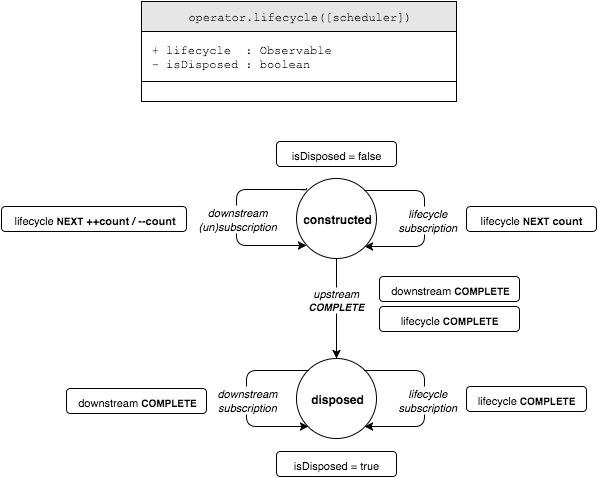
The draw.io diagram operator/lifecycle.png in bholloway/rxjs-operators, before a commit. Source tidied: cells renumbered, new cells last; positions are measured from the earlier drawing's top-left corner, leaving out a move shared by most shapes.
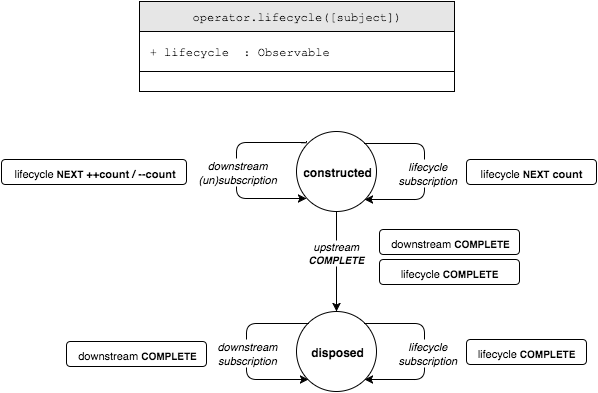
After the commit.

Diff of the diagram source:
```diff
@@ -2,39 +2,21 @@
   <root>
     <mxCell id="0" />
     <mxCell id="1" parent="0" />
-    <mxCell id="2" style="group;" parent="1" vertex="1">
-      <mxGeometry x="140" width="315" height="100" as="geometry" />
-    </mxCell>
-    <mxCell id="3" style="group;" parent="2" vertex="1">
-      <mxGeometry width="315" height="100" as="geometry" />
-    </mxCell>
-    <mxCell id="4" value="&lt;span&gt;operator.&lt;/span&gt;lifecycle([scheduler])" style="whiteSpace=wrap;html=1;fillColor=#E6E6E6;fontFamily=Courier New;" parent="3" vertex="1">
-      <mxGeometry width="315" height="30" as="geometry" />
-    </mxCell>
-    <mxCell id="5" value="&lt;span&gt;&amp;nbsp;+&amp;nbsp;&lt;/span&gt;&lt;span&gt;lifecycle&lt;/span&gt;&lt;span&gt;&amp;nbsp; :&amp;nbsp;Observable&lt;/span&gt;&lt;div&gt;&amp;nbsp;- isDisposed : boolean&lt;/div&gt;" style="whiteSpace=wrap;html=1;fillColor=none;align=left;fontFamily=Courier New;" parent="3" vertex="1">
-      <mxGeometry y="30" width="315" height="50" as="geometry" />
-    </mxCell>
-    <mxCell id="6" style="whiteSpace=wrap;html=1;fillColor=none;align=left;fontFamily=Courier New;" parent="3" vertex="1">
-      <mxGeometry y="80" width="315" height="20" as="geometry" />
-    </mxCell>
-    <mxCell id="7" value="&lt;font style=&quot;font-size: 11px&quot;&gt;isDisposed = true&lt;/font&gt;" style="rounded=1;whiteSpace=wrap;html=1;strokeColor=#000000;fillColor=#ffffff;align=center;" parent="1" vertex="1">
-      <mxGeometry x="275" y="450" width="120" height="25" as="geometry" />
-    </mxCell>
-    <mxCell id="8" value="&lt;font style=&quot;font-size: 11px&quot;&gt;isDisposed = false&lt;/font&gt;" style="rounded=1;whiteSpace=wrap;html=1;strokeColor=#000000;fillColor=#ffffff;align=center;" parent="1" vertex="1">
-      <mxGeometry x="275" y="140" width="120" height="25" as="geometry" />
-    </mxCell>
+    <mxCell id="27" style="group;" parent="1" vertex="1">
+      <mxGeometry y="200" width="595" height="260" as="geometry" />
+    </mxCell>
-    <mxCell id="9" value="disposed" style="ellipse;whiteSpace=wrap;html=1;fillColor=#ffffff;fontStyle=1;" parent="1" vertex="1">
-      <mxGeometry x="295" y="357" width="80" height="80" as="geometry" />
+    <mxCell id="9" value="disposed" style="ellipse;whiteSpace=wrap;html=1;fillColor=#ffffff;fontStyle=1;" parent="27" vertex="1">
+      <mxGeometry x="295" y="180" width="80" height="80" as="geometry" />
     </mxCell>
-    <mxCell id="10" value="&lt;i&gt;&lt;span&gt;upstream&lt;/span&gt;&lt;/i&gt;&lt;div&gt;&lt;i&gt;&lt;b&gt;&lt;font style=&quot;font-size: 10px&quot;&gt;COMPLETE&lt;/font&gt;&lt;/b&gt;&lt;/i&gt;&lt;/div&gt;" style="endArrow=classic;html=1;entryX=0.5;entryY=0;exitX=0.5;exitY=1;" parent="1" edge="1" source="17" target="9">
+    <mxCell id="10" value="&lt;i&gt;&lt;span&gt;upstream&lt;/span&gt;&lt;/i&gt;&lt;div&gt;&lt;i&gt;&lt;b&gt;&lt;font style=&quot;font-size: 10px&quot;&gt;COMPLETE&lt;/font&gt;&lt;/b&gt;&lt;/i&gt;&lt;/div&gt;" style="endArrow=classic;html=1;entryX=0.5;entryY=0;exitX=0.5;exitY=1;" parent="27" edge="1" source="17" target="9">
       <mxGeometry x="-0.18" relative="1" as="geometry" />
     </mxCell>
-    <mxCell id="11" style="edgeStyle=segmentEdgeStyle;endArrow=classic;html=1;entryX=0;entryY=1;" parent="1" edge="1" target="9">
+    <mxCell id="11" style="edgeStyle=segmentEdgeStyle;endArrow=classic;html=1;entryX=0;entryY=1;" parent="27" edge="1" target="9">
       <mxGeometry relative="1" as="geometry">
-        <mxPoint x="307" y="369" as="sourcePoint" />
+        <mxPoint x="307" y="192" as="sourcePoint" />
         <Array as="points">
-          <mxPoint x="245" y="369" />
-          <mxPoint x="245" y="425" />
+          <mxPoint x="245" y="192" />
+          <mxPoint x="245" y="248" />
         </Array>
       </mxGeometry>
     </mxCell>
@@ -43,17 +25,17 @@
         <mxPoint x="-1" as="offset" />
       </mxGeometry>
     </mxCell>
-    <mxCell id="13" value="&lt;font&gt;&lt;span style=&quot;font-size: 11px&quot;&gt;downstream&lt;/span&gt;&lt;b style=&quot;font-size: 11px&quot;&gt;&amp;nbsp;&lt;/b&gt;&lt;b&gt;&lt;font style=&quot;font-size: 10px&quot;&gt;COMPLETE&lt;/font&gt;&lt;/b&gt;&lt;/font&gt;" style="rounded=1;whiteSpace=wrap;html=1;strokeColor=#000000;fillColor=#ffffff;align=center;" parent="1" vertex="1">
-      <mxGeometry x="65" y="387" width="140" height="25" as="geometry" />
+    <mxCell id="13" value="&lt;font&gt;&lt;span style=&quot;font-size: 11px&quot;&gt;downstream&lt;/span&gt;&lt;b style=&quot;font-size: 11px&quot;&gt;&amp;nbsp;&lt;/b&gt;&lt;b&gt;&lt;font style=&quot;font-size: 10px&quot;&gt;COMPLETE&lt;/font&gt;&lt;/b&gt;&lt;/font&gt;" style="rounded=1;whiteSpace=wrap;html=1;strokeColor=#000000;fillColor=#ffffff;align=center;" parent="27" vertex="1">
+      <mxGeometry x="65" y="210" width="140" height="25" as="geometry" />
     </mxCell>
-    <mxCell id="14" value="&lt;font&gt;&lt;span style=&quot;font-size: 11px&quot;&gt;lifecycle&lt;/span&gt;&lt;b style=&quot;font-size: 11px&quot;&gt;&amp;nbsp;&lt;/b&gt;&lt;b&gt;&lt;font style=&quot;font-size: 10px&quot;&gt;COMPLETE&lt;/font&gt;&lt;/b&gt;&lt;/font&gt;" style="rounded=1;whiteSpace=wrap;html=1;strokeColor=#000000;fillColor=#ffffff;align=center;" parent="1" vertex="1">
-      <mxGeometry x="465" y="385" width="120" height="25" as="geometry" />
+    <mxCell id="14" value="&lt;font&gt;&lt;span style=&quot;font-size: 11px&quot;&gt;lifecycle&lt;/span&gt;&lt;b style=&quot;font-size: 11px&quot;&gt;&amp;nbsp;&lt;/b&gt;&lt;b&gt;&lt;font style=&quot;font-size: 10px&quot;&gt;COMPLETE&lt;/font&gt;&lt;/b&gt;&lt;/font&gt;" style="rounded=1;whiteSpace=wrap;html=1;strokeColor=#000000;fillColor=#ffffff;align=center;" parent="27" vertex="1">
+      <mxGeometry x="465" y="208" width="120" height="25" as="geometry" />
     </mxCell>
-    <mxCell id="15" style="edgeStyle=segmentEdgeStyle;endArrow=classic;html=1;entryX=1;entryY=1;exitX=1;exitY=0;" parent="1" edge="1" source="9" target="9">
-      <mxGeometry x="521.2" y="-724.1" as="geometry">
+    <mxCell id="15" style="edgeStyle=segmentEdgeStyle;endArrow=classic;html=1;entryX=1;entryY=1;exitX=1;exitY=0;" parent="27" edge="1" source="9" target="9">
+      <mxGeometry x="423.2" y="191.9" as="geometry">
         <Array as="points">
-          <mxPoint x="423" y="369" />
-          <mxPoint x="423" y="425" />
+          <mxPoint x="423" y="192" />
+          <mxPoint x="423" y="248" />
         </Array>
       </mxGeometry>
     </mxCell>
@@ -62,17 +44,17 @@
         <mxPoint x="2" as="offset" />
       </mxGeometry>
     </mxCell>
-    <mxCell id="17" value="constructed" style="ellipse;whiteSpace=wrap;html=1;fillColor=#ffffff;fontStyle=1;" parent="1" vertex="1">
-      <mxGeometry x="295" y="177" width="80" height="80" as="geometry" />
+    <mxCell id="17" value="constructed" style="ellipse;whiteSpace=wrap;html=1;fillColor=#ffffff;fontStyle=1;" parent="27" vertex="1">
+      <mxGeometry x="295" width="80" height="80" as="geometry" />
     </mxCell>
-    <mxCell id="18" style="edgeStyle=segmentEdgeStyle;endArrow=classic;html=1;exitX=0;exitY=0;entryX=0;entryY=1;" parent="1" edge="1">
-      <mxGeometry x="333" y="-905" as="geometry">
-        <mxPoint x="305.4" y="187" as="sourcePoint" />
-        <mxPoint x="305.4" y="244.2" as="targetPoint" />
+    <mxCell id="18" style="edgeStyle=segmentEdgeStyle;endArrow=classic;html=1;exitX=0;exitY=0;entryX=0;entryY=1;" parent="27" edge="1">
+      <mxGeometry x="235" y="11" as="geometry">
+        <mxPoint x="305.4" y="10" as="sourcePoint" />
+        <mxPoint x="305.4" y="67.2" as="targetPoint" />
         <Array as="points">
-          <mxPoint x="295" y="188" />
-          <mxPoint x="235" y="188" />
-          <mxPoint x="235" y="244" />
+          <mxPoint x="295" y="11" />
+          <mxPoint x="235" y="11" />
+          <mxPoint x="235" y="67" />
         </Array>
       </mxGeometry>
     </mxCell>
@@ -81,14 +63,14 @@
         <mxPoint x="-1" as="offset" />
       </mxGeometry>
     </mxCell>
-    <mxCell id="20" value="&lt;font&gt;&lt;span style=&quot;font-size: 11px&quot;&gt;lifecycle&lt;/span&gt;&lt;b style=&quot;font-size: 11px&quot;&gt;&amp;nbsp;&lt;/b&gt;&lt;b&gt;&lt;font style=&quot;font-size: 10px&quot;&gt;NEXT&lt;/font&gt;&lt;span style=&quot;font-size: 11px&quot;&gt; count&lt;/span&gt;&lt;/b&gt;&lt;/font&gt;" style="rounded=1;whiteSpace=wrap;html=1;strokeColor=#000000;fillColor=#ffffff;align=center;" parent="1" vertex="1">
-      <mxGeometry x="465" y="205" width="130" height="25" as="geometry" />
+    <mxCell id="20" value="&lt;font&gt;&lt;span style=&quot;font-size: 11px&quot;&gt;lifecycle&lt;/span&gt;&lt;b style=&quot;font-size: 11px&quot;&gt;&amp;nbsp;&lt;/b&gt;&lt;b&gt;&lt;font style=&quot;font-size: 10px&quot;&gt;NEXT&lt;/font&gt;&lt;span style=&quot;font-size: 11px&quot;&gt; count&lt;/span&gt;&lt;/b&gt;&lt;/font&gt;" style="rounded=1;whiteSpace=wrap;html=1;strokeColor=#000000;fillColor=#ffffff;align=center;" parent="27" vertex="1">
+      <mxGeometry x="465" y="28" width="130" height="25" as="geometry" />
     </mxCell>
-    <mxCell id="21" style="edgeStyle=segmentEdgeStyle;endArrow=classic;html=1;entryX=1;entryY=1;exitX=1;exitY=0;" parent="1" edge="1" source="17" target="17">
-      <mxGeometry x="521.2" y="-904.1" as="geometry">
+    <mxCell id="21" style="edgeStyle=segmentEdgeStyle;endArrow=classic;html=1;entryX=1;entryY=1;exitX=1;exitY=0;" parent="27" edge="1" source="17" target="17">
+      <mxGeometry x="423.2" y="11.9" as="geometry">
         <Array as="points">
-          <mxPoint x="423" y="189" />
-          <mxPoint x="423" y="245" />
+          <mxPoint x="423" y="12" />
+          <mxPoint x="423" y="68" />
         </Array>
       </mxGeometry>
     </mxCell>
@@ -97,11 +79,11 @@
         <mxPoint x="2" as="offset" />
       </mxGeometry>
     </mxCell>
-    <mxCell id="23" value="&lt;font&gt;&lt;span style=&quot;font-size: 11px&quot;&gt;lifecycle&lt;/span&gt;&lt;b style=&quot;font-size: 11px&quot;&gt;&amp;nbsp;&lt;/b&gt;&lt;b&gt;&lt;font style=&quot;font-size: 10px&quot;&gt;NEXT&lt;/font&gt;&lt;span style=&quot;font-size: 11px&quot;&gt; ++count / --count&lt;/span&gt;&lt;/b&gt;&lt;/font&gt;" style="rounded=1;whiteSpace=wrap;html=1;strokeColor=#000000;fillColor=#ffffff;align=center;" parent="1" vertex="1">
-      <mxGeometry y="205" width="185" height="25" as="geometry" />
+    <mxCell id="23" value="&lt;font&gt;&lt;span style=&quot;font-size: 11px&quot;&gt;lifecycle&lt;/span&gt;&lt;b style=&quot;font-size: 11px&quot;&gt;&amp;nbsp;&lt;/b&gt;&lt;b&gt;&lt;font style=&quot;font-size: 10px&quot;&gt;NEXT&lt;/font&gt;&lt;span style=&quot;font-size: 11px&quot;&gt; ++count / --count&lt;/span&gt;&lt;/b&gt;&lt;/font&gt;" style="rounded=1;whiteSpace=wrap;html=1;strokeColor=#000000;fillColor=#ffffff;align=center;" parent="27" vertex="1">
+      <mxGeometry y="28" width="185" height="25" as="geometry" />
     </mxCell>
-    <mxCell id="24" style="group;" parent="1" vertex="1">
-      <mxGeometry x="378" y="275" width="140" height="55" as="geometry" />
+    <mxCell id="24" style="group;" parent="27" vertex="1">
+      <mxGeometry x="378" y="98" width="140" height="55" as="geometry" />
     </mxCell>
     <mxCell id="25" value="&lt;font&gt;&lt;span style=&quot;font-size: 11px&quot;&gt;downstream&lt;/span&gt;&lt;b style=&quot;font-size: 11px&quot;&gt;&amp;nbsp;&lt;/b&gt;&lt;b&gt;&lt;font style=&quot;font-size: 10px&quot;&gt;COMPLETE&lt;/font&gt;&lt;/b&gt;&lt;/font&gt;" style="rounded=1;whiteSpace=wrap;html=1;strokeColor=#000000;fillColor=#ffffff;align=center;" parent="24" vertex="1">
       <mxGeometry width="140" height="25" as="geometry" />
@@ -109,5 +91,17 @@
     <mxCell id="26" value="&lt;font&gt;&lt;span style=&quot;font-size: 11px&quot;&gt;lifecycle&lt;/span&gt;&lt;b style=&quot;font-size: 11px&quot;&gt;&amp;nbsp;&lt;/b&gt;&lt;b&gt;&lt;font style=&quot;font-size: 10px&quot;&gt;COMPLETE&lt;/font&gt;&lt;/b&gt;&lt;/font&gt;" style="rounded=1;whiteSpace=wrap;html=1;strokeColor=#000000;fillColor=#ffffff;align=center;" parent="24" vertex="1">
       <mxGeometry y="30" width="140" height="25" as="geometry" />
     </mxCell>
+    <mxCell id="28" style="group;" parent="1" vertex="1">
+      <mxGeometry x="138" y="70" width="315" height="90" as="geometry" />
+    </mxCell>
+    <mxCell id="4" value="&lt;span&gt;operator.&lt;/span&gt;lifecycle([subject])" style="whiteSpace=wrap;html=1;fillColor=#E6E6E6;fontFamily=Courier New;" parent="28" vertex="1">
+      <mxGeometry width="315" height="30" as="geometry" />
+    </mxCell>
+    <mxCell id="5" value="&lt;span&gt;&amp;nbsp;+&amp;nbsp;&lt;/span&gt;&lt;span&gt;lifecycle&lt;/span&gt;&lt;span&gt;&amp;nbsp; :&amp;nbsp;Observable&lt;/span&gt;" style="whiteSpace=wrap;html=1;fillColor=none;align=left;fontFamily=Courier New;" parent="28" vertex="1">
+      <mxGeometry y="30" width="315" height="40" as="geometry" />
+    </mxCell>
+    <mxCell id="6" style="whiteSpace=wrap;html=1;fillColor=none;align=left;fontFamily=Courier New;" parent="28" vertex="1">
+      <mxGeometry y="70" width="315" height="20" as="geometry" />
+    </mxCell>
   </root>
 </mxGraphModel>
```
